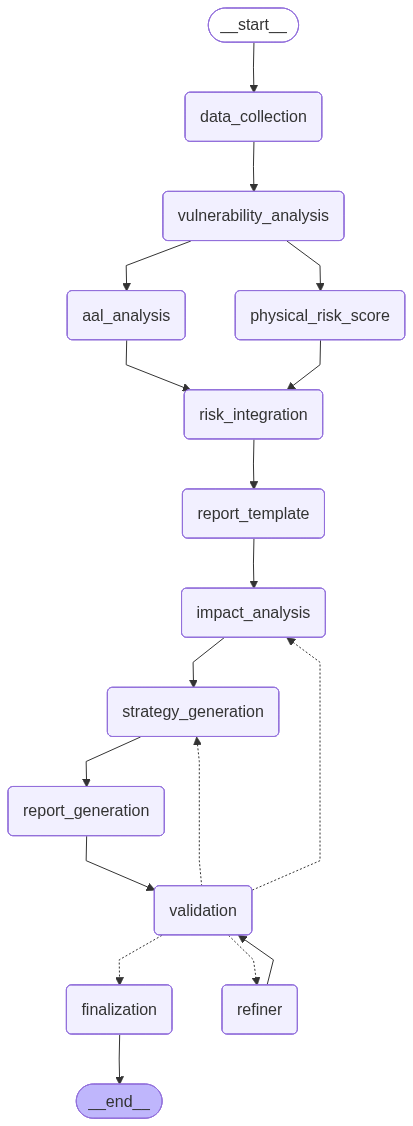
This is ai_agent/workflow_diagram.png from On-Do-Polaris/polaris_backend_fastapi, a Mermaid export, as it was before one commit. Its source is kept beside it as ai_agent/workflow_diagram.mmd.
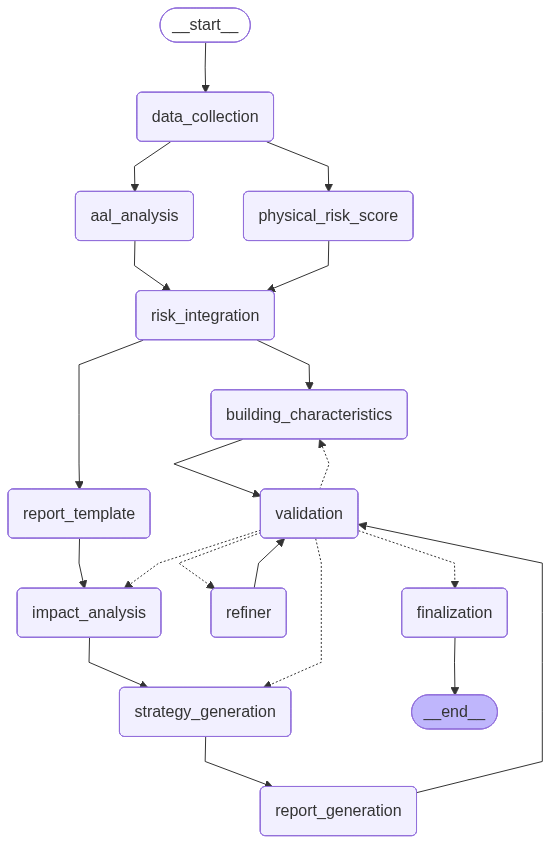
Later version of the same file.

The edit, as a diff of the source:
```diff
@@ -6,10 +6,10 @@
 graph TD;
 	__start__([<p>__start__</p>]):::first
 	data_collection(data_collection)
-	vulnerability_analysis(vulnerability_analysis)
 	physical_risk_score(physical_risk_score)
 	aal_analysis(aal_analysis)
 	risk_integration(risk_integration)
+	building_characteristics(building_characteristics)
 	report_template(report_template)
 	impact_analysis(impact_analysis)
 	strategy_generation(strategy_generation)
@@ -20,20 +20,22 @@
 	__end__([<p>__end__</p>]):::last
 	__start__ --> data_collection;
 	aal_analysis --> risk_integration;
-	data_collection --> vulnerability_analysis;
+	building_characteristics --> validation;
+	data_collection --> aal_analysis;
+	data_collection --> physical_risk_score;
 	impact_analysis --> strategy_generation;
 	physical_risk_score --> risk_integration;
 	refiner --> validation;
 	report_generation --> validation;
 	report_template --> impact_analysis;
+	risk_integration --> building_characteristics;
 	risk_integration --> report_template;
 	strategy_generation --> report_generation;
+	validation -.-> building_characteristics;
 	validation -.-> finalization;
 	validation -.-> impact_analysis;
 	validation -.-> refiner;
 	validation -.-> strategy_generation;
-	vulnerability_analysis --> aal_analysis;
-	vulnerability_analysis --> physical_risk_score;
 	finalization --> __end__;
 	classDef default fill:#f2f0ff,line-height:1.2
 	classDef first fill-opacity:0
```
